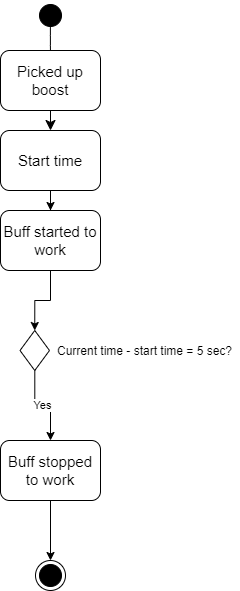
Above: документы/UML/activity/buff_work.png in EkSidra/Pickman (draw.io), before the change. Source tidied: cells renumbered, new cells last; positions are measured from the earlier drawing's top-left corner, leaving out a move shared by most shapes.
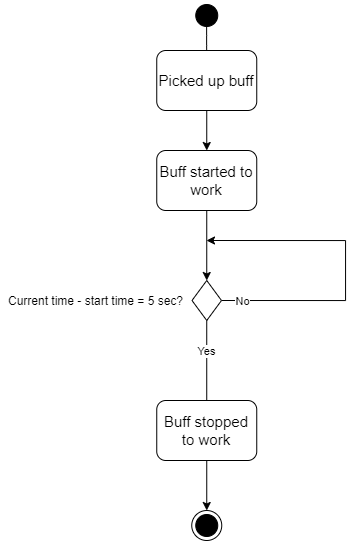
Later version of the same file.

Diff of the diagram source:
```diff
@@ -3,48 +3,58 @@
     <mxCell id="0" />
     <mxCell id="1" parent="0" />
     <mxCell id="2" style="ellipse;html=1;shape=endState;fillColor=#000000;labelBackgroundColor=none;fontSize=14;fontColor=#000000;" parent="1" vertex="1">
-      <mxGeometry x="35" y="560" width="30" height="30" as="geometry" />
+      <mxGeometry x="35.2" y="380" width="30" height="30" as="geometry" />
     </mxCell>
     <mxCell id="3" style="ellipse;html=1;shape=startState;fillColor=#000000;labelBackgroundColor=none;fontSize=14;fontColor=#000000;" parent="1" vertex="1">
-      <mxGeometry x="35" width="30" height="30" as="geometry" />
+      <mxGeometry x="35.2" y="-130" width="30" height="30" as="geometry" />
     </mxCell>
     <mxCell id="4" style="edgeStyle=orthogonalEdgeStyle;html=1;verticalAlign=bottom;endArrow=open;endSize=8;fontSize=14;fontColor=#000000;exitX=0.496;exitY=0.802;exitDx=0;exitDy=0;exitPerimeter=0;" parent="1" edge="1" source="3">
       <mxGeometry relative="1" as="geometry">
-        <mxPoint x="50" y="60" as="targetPoint" />
+        <mxPoint x="50.2" y="-70" as="targetPoint" />
       </mxGeometry>
     </mxCell>
+    <mxCell id="16" style="edgeStyle=orthogonalEdgeStyle;rounded=0;jettySize=auto;html=1;entryX=0.5;entryY=0;entryDx=0;entryDy=0;" parent="1" edge="1" source="5" target="15">
+      <mxGeometry relative="1" as="geometry" />
+    </mxCell>
-    <mxCell id="5" value="&lt;font style=&quot;font-size: 15px&quot;&gt;Picked up boost&lt;/font&gt;" style="rounded=1;whiteSpace=wrap;html=1;labelBackgroundColor=none;strokeColor=#000000;fontSize=15;fontColor=#000000;" parent="1" vertex="1">
-      <mxGeometry y="50" width="100" height="60" as="geometry" />
+    <mxCell id="5" value="&lt;font style=&quot;font-size: 15px&quot;&gt;Picked up buff&lt;/font&gt;" style="rounded=1;whiteSpace=wrap;html=1;labelBackgroundColor=none;strokeColor=#000000;fontSize=15;fontColor=#000000;" parent="1" vertex="1">
+      <mxGeometry x="0.2" y="-80" width="100" height="60" as="geometry" />
     </mxCell>
-    <mxCell id="6" style="edgeStyle=orthogonalEdgeStyle;html=1;verticalAlign=bottom;endArrow=classic;endSize=8;fontSize=14;fontColor=#000000;exitX=0.5;exitY=1;exitDx=0;exitDy=0;endFill=1;entryX=0.5;entryY=0;entryDx=0;entryDy=0;" parent="1" edge="1" source="5" target="13">
-      <mxGeometry relative="1" as="geometry" />
-    </mxCell>
     <mxCell id="7" value="Yes" style="edgeStyle=orthogonalEdgeStyle;rounded=0;jettySize=auto;html=1;entryX=0.5;entryY=0;entryDx=0;entryDy=0;" parent="1" edge="1" source="8" target="11">
-      <mxGeometry relative="1" as="geometry" />
+      <mxGeometry x="-0.4" relative="1" as="geometry">
+        <Array as="points">
+          <mxPoint x="50" y="280" />
+          <mxPoint x="50" y="280" />
+        </Array>
+      </mxGeometry>
     </mxCell>
+    <mxCell id="17" style="edgeStyle=orthogonalEdgeStyle;rounded=0;jettySize=auto;html=1;exitX=1;exitY=0.5;exitDx=0;exitDy=0;" parent="1" edge="1" source="8">
+      <mxGeometry relative="1" as="geometry">
+        <mxPoint x="50" y="110" as="targetPoint" />
+        <Array as="points">
+          <mxPoint x="189" y="170" />
+        </Array>
+      </mxGeometry>
+    </mxCell>
+    <mxCell id="18" value="No" style="edgeLabel;html=1;align=center;verticalAlign=middle;" parent="17" vertex="1">
+      <mxGeometry x="-0.87" relative="1" as="geometry" />
+    </mxCell>
     <mxCell id="8" style="rhombus;whiteSpace=wrap;html=1;labelBackgroundColor=none;strokeColor=#000000;strokeWidth=1;fontSize=14;fontColor=#000000;" parent="1" vertex="1">
-      <mxGeometry x="19.5" y="330" width="29.5" height="40" as="geometry" />
+      <mxGeometry x="35.5" y="150" width="29.5" height="40" as="geometry" />
     </mxCell>
     <mxCell id="9" value="Current time - start time = 5 sec?" style="text;html=1;align=center;verticalAlign=middle;" parent="1" vertex="1">
-      <mxGeometry x="49" y="340" width="190" height="20" as="geometry" />
+      <mxGeometry x="-156" y="160" width="190" height="20" as="geometry" />
     </mxCell>
-    <mxCell id="10" style="edgeStyle=orthogonalEdgeStyle;rounded=0;jettySize=auto;html=1;entryX=0.5;entryY=0;entryDx=0;entryDy=0;endArrow=classic;endFill=1;" parent="1" edge="1" source="11" target="2">
+    <mxCell id="10" style="edgeStyle=orthogonalEdgeStyle;rounded=0;jettySize=auto;html=1;entryX=0.5;entryY=0;entryDx=0;entryDy=0;" parent="1" edge="1" source="11" target="2">
       <mxGeometry relative="1" as="geometry" />
     </mxCell>
     <mxCell id="11" value="&lt;font style=&quot;font-size: 15px&quot;&gt;Buff stopped to work&lt;/font&gt;" style="rounded=1;whiteSpace=wrap;html=1;labelBackgroundColor=none;strokeColor=#000000;fontSize=15;fontColor=#000000;" parent="1" vertex="1">
-      <mxGeometry y="440" width="100" height="60" as="geometry" />
+      <mxGeometry x="0.2" y="270" width="100" height="60" as="geometry" />
     </mxCell>
-    <mxCell id="12" style="edgeStyle=orthogonalEdgeStyle;rounded=0;jettySize=auto;html=1;endArrow=classic;endFill=1;" parent="1" edge="1" source="13" target="15">
-      <mxGeometry relative="1" as="geometry" />
-    </mxCell>
-    <mxCell id="13" value="&lt;font style=&quot;font-size: 15px&quot;&gt;Start time&lt;/font&gt;" style="rounded=1;whiteSpace=wrap;html=1;labelBackgroundColor=none;strokeColor=#000000;fontSize=15;fontColor=#000000;" parent="1" vertex="1">
-      <mxGeometry y="130" width="100" height="60" as="geometry" />
-    </mxCell>
-    <mxCell id="14" style="edgeStyle=orthogonalEdgeStyle;rounded=0;jettySize=auto;html=1;entryX=0.5;entryY=0;entryDx=0;entryDy=0;endArrow=classic;endFill=1;" parent="1" edge="1" source="15" target="8">
+    <mxCell id="14" style="edgeStyle=orthogonalEdgeStyle;rounded=0;jettySize=auto;html=1;exitX=0.5;exitY=1;exitDx=0;exitDy=0;entryX=0.5;entryY=0;entryDx=0;entryDy=0;" parent="1" edge="1" source="15" target="8">
       <mxGeometry relative="1" as="geometry" />
     </mxCell>
     <mxCell id="15" value="&lt;font style=&quot;font-size: 15px&quot;&gt;Buff started to work&lt;/font&gt;" style="rounded=1;whiteSpace=wrap;html=1;labelBackgroundColor=none;strokeColor=#000000;fontSize=15;fontColor=#000000;" parent="1" vertex="1">
-      <mxGeometry y="210" width="100" height="60" as="geometry" />
+      <mxGeometry x="0.2" y="20" width="100" height="60" as="geometry" />
     </mxCell>
   </root>
 </mxGraphModel>
```
